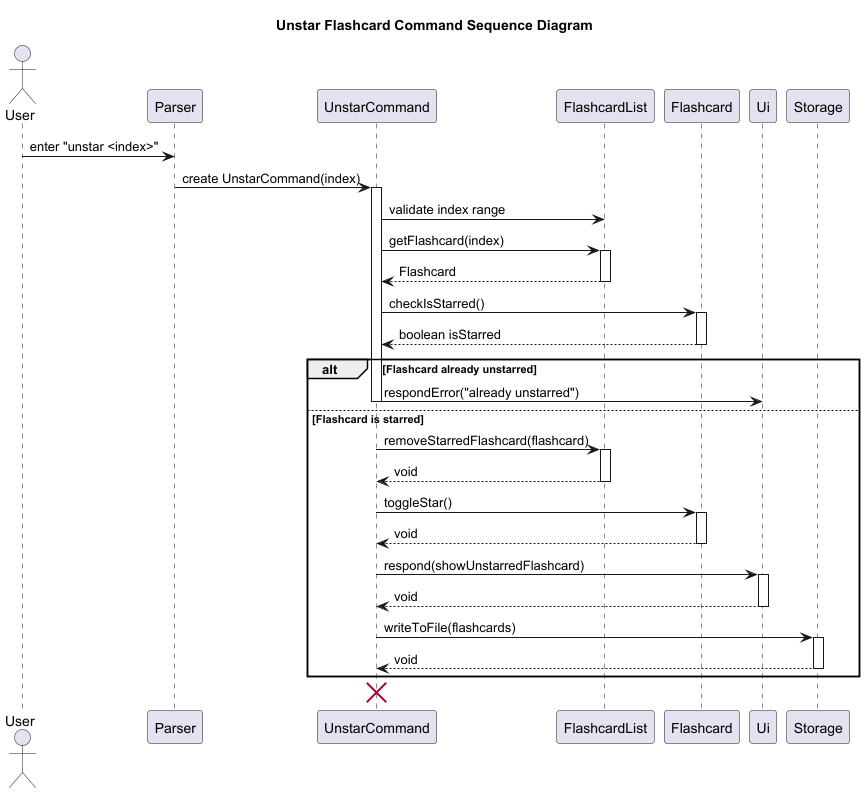
Before: docs/images/UnstarFlashcardFeature_Overall.png, a diagram exported from PlantUML (ashutoshalung/tp). The source it was exported from:
```plantuml
@startuml
title Unstar Flashcard Command Sequence Diagram

actor User
participant Parser
participant UnstarCommand
participant FlashcardList
participant Flashcard
participant Ui
participant Storage

User -> Parser : enter "unstar <index>"
Parser -> UnstarCommand : create UnstarCommand(index)

activate UnstarCommand
UnstarCommand -> FlashcardList : validate index range
UnstarCommand -> FlashcardList : getFlashcard(index)
activate FlashcardList
FlashcardList --> UnstarCommand : Flashcard
deactivate FlashcardList

UnstarCommand -> Flashcard : checkIsStarred()
activate Flashcard
Flashcard --> UnstarCommand : boolean isStarred
deactivate Flashcard

alt Flashcard already unstarred
    UnstarCommand -> Ui : respondError("already unstarred")
    deactivate UnstarCommand
else Flashcard is starred
    UnstarCommand -> FlashcardList : removeStarredFlashcard(flashcard)
    activate FlashcardList
    FlashcardList --> UnstarCommand : void
    deactivate FlashcardList

    UnstarCommand -> Flashcard : toggleStar()
    activate Flashcard
    Flashcard --> UnstarCommand : void
    deactivate Flashcard

    UnstarCommand -> Ui : respond(showUnstarredFlashcard)
    activate Ui
    Ui --> UnstarCommand : void
    deactivate Ui

    UnstarCommand -> Storage : writeToFile(flashcards)
    activate Storage
    Storage --> UnstarCommand : void
    deactivate Storage
end

destroy UnstarCommand

@enduml
```
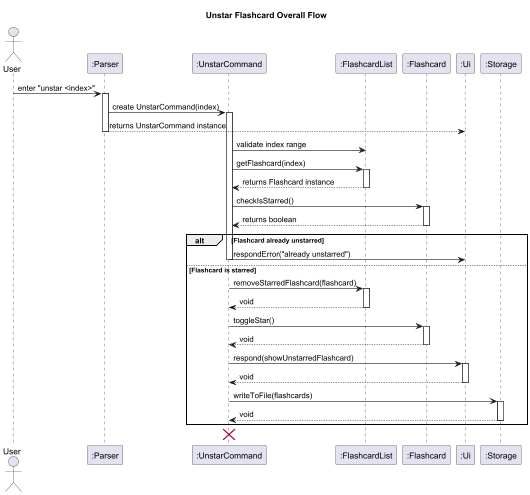
Later version of the same file.

Commit message:
Fix star flashcard feature

The edit, as a diff of the source:
```diff
@@ -1,54 +1,57 @@
 @startuml
-title Unstar Flashcard Command Sequence Diagram
+title Unstar Flashcard Overall Flow
 
 actor User
-participant Parser
-participant UnstarCommand
-participant FlashcardList
-participant Flashcard
-participant Ui
-participant Storage
+participant ":Parser" as parser
+participant ":UnstarCommand" as unstarCommand
+participant ":FlashcardList" as flashcardList
+participant ":Flashcard" as flashcard
+participant ":Ui" as ui
+participant ":Storage" as storage
 
-User -> Parser : enter "unstar <index>"
-Parser -> UnstarCommand : create UnstarCommand(index)
+User -> parser : enter "unstar <index>"
+activate parser
+parser -> unstarCommand : create UnstarCommand(index)
+activate unstarCommand
+parser --> ui : returns UnstarCommand instance
+deactivate parser
 
-activate UnstarCommand
-UnstarCommand -> FlashcardList : validate index range
-UnstarCommand -> FlashcardList : getFlashcard(index)
-activate FlashcardList
-FlashcardList --> UnstarCommand : Flashcard
-deactivate FlashcardList
+unstarCommand -> flashcardList : validate index range
+unstarCommand -> flashcardList : getFlashcard(index)
+activate flashcardList
+flashcardList --> unstarCommand : returns Flashcard instance
+deactivate flashcardList
 
-UnstarCommand -> Flashcard : checkIsStarred()
-activate Flashcard
-Flashcard --> UnstarCommand : boolean isStarred
-deactivate Flashcard
+unstarCommand -> flashcard : checkIsStarred()
+activate flashcard
+flashcard --> unstarCommand : returns boolean
+deactivate flashcard
 
 alt Flashcard already unstarred
-    UnstarCommand -> Ui : respondError("already unstarred")
-    deactivate UnstarCommand
+    unstarCommand -> ui : respondError("already unstarred")
+    deactivate unstarCommand
 else Flashcard is starred
-    UnstarCommand -> FlashcardList : removeStarredFlashcard(flashcard)
-    activate FlashcardList
-    FlashcardList --> UnstarCommand : void
-    deactivate FlashcardList
+    unstarCommand -> flashcardList : removeStarredFlashcard(flashcard)
+    activate flashcardList
+    flashcardList --> unstarCommand : void
+    deactivate flashcardList
 
-    UnstarCommand -> Flashcard : toggleStar()
-    activate Flashcard
-    Flashcard --> UnstarCommand : void
-    deactivate Flashcard
+    unstarCommand -> flashcard : toggleStar()
+    activate flashcard
+    flashcard --> unstarCommand : void
+    deactivate flashcard
 
-    UnstarCommand -> Ui : respond(showUnstarredFlashcard)
-    activate Ui
-    Ui --> UnstarCommand : void
-    deactivate Ui
+    unstarCommand -> ui : respond(showUnstarredFlashcard)
+    activate ui
+    ui --> unstarCommand : void
+    deactivate ui
 
-    UnstarCommand -> Storage : writeToFile(flashcards)
-    activate Storage
-    Storage --> UnstarCommand : void
-    deactivate Storage
+    unstarCommand -> storage : writeToFile(flashcards)
+    activate storage
+    storage --> unstarCommand : void
+    deactivate storage
 end
 
-destroy UnstarCommand
+destroy unstarCommand
 
 @enduml
```
